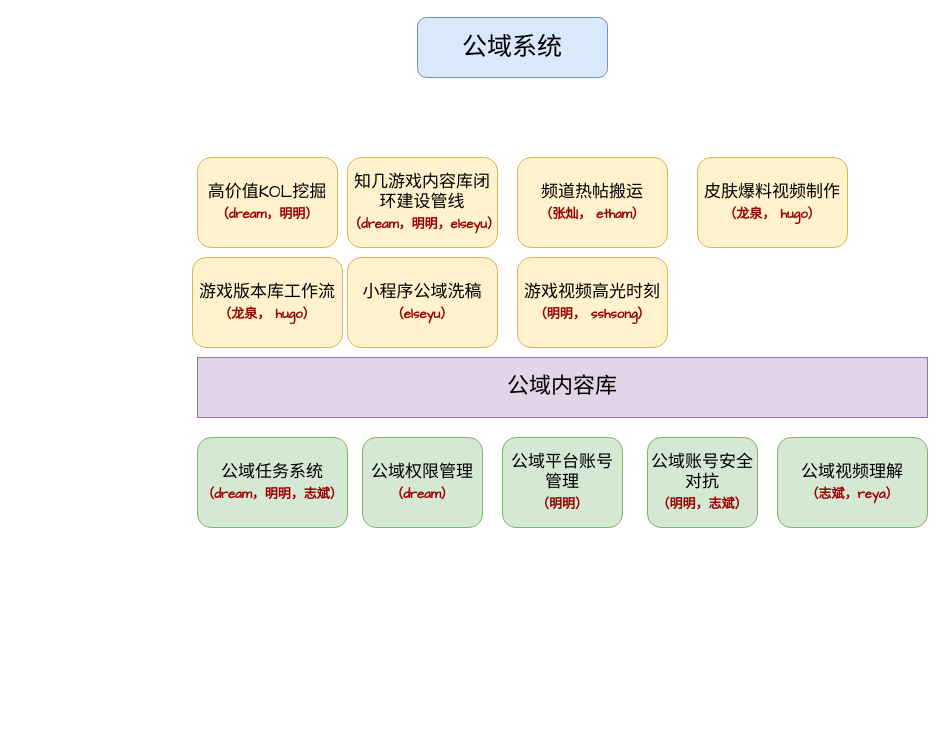
Before: 私域整体.drawio in skindhu/9GAG, a draw.io diagram. Source tidied: cells renumbered, new cells numbered last; positions are measured from the earlier drawing's top-left corner, leaving out a move shared by most shapes. Both pictures are drawn from the tidied source at 100%, with x=0, y=0 at pixel (192, 17).
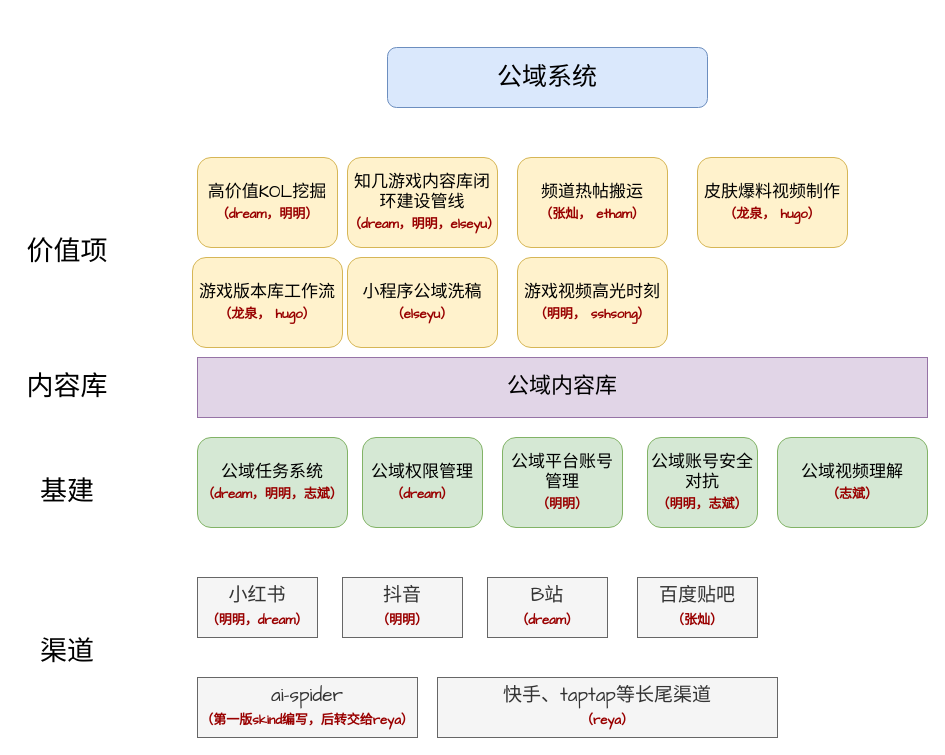
After the change.

The edit, as a diff of the source:
```diff
@@
     <mxCell id="2" value="公域系统" style="text;html=1;whiteSpace=wrap;strokeColor=#6c8ebf;fillColor=#dae8fc;align=center;verticalAlign=middle;rounded=1;fontFamily=Architects Daughter;fontSize=25;" parent="1" vertex="1">
-      <mxGeometry x="225" width="190" height="60" as="geometry" />
+      <mxGeometry x="195" y="30" width="320" height="60" as="geometry" />
     </mxCell>
@@
-    <mxCell id="15" value="公域视频理解&lt;div&gt;&lt;b&gt;&lt;font style=&quot;font-size: 13px; color: rgb(153, 0, 0);&quot;&gt;（志斌，reya）&lt;/font&gt;&lt;/b&gt;&lt;/div&gt;" style="rounded=1;whiteSpace=wrap;html=1;hachureGap=4;fontFamily=Architects Daughter;fontSize=17;fillColor=#d5e8d4;strokeColor=#82b366;" parent="1" vertex="1">
+    <mxCell id="15" value="公域视频理解&lt;div&gt;&lt;b&gt;&lt;font style=&quot;font-size: 13px; color: rgb(153, 0, 0);&quot;&gt;（志斌）&lt;/font&gt;&lt;/b&gt;&lt;/div&gt;" style="rounded=1;whiteSpace=wrap;html=1;hachureGap=4;fontFamily=Architects Daughter;fontSize=17;fillColor=#d5e8d4;strokeColor=#82b366;" parent="1" vertex="1">
       <mxGeometry x="585" y="420" width="150" height="90" as="geometry" />
     </mxCell>
+    <mxCell id="16" value="小红书&lt;br&gt;&lt;b style=&quot;font-size: 17px;&quot;&gt;&lt;font style=&quot;font-size: 13px; color: rgb(153, 0, 0);&quot;&gt;（明明，dream）&lt;/font&gt;&lt;/b&gt;" style="rounded=0;whiteSpace=wrap;html=1;hachureGap=4;fontFamily=Architects Daughter;fontSize=19;fillColor=#f5f5f5;fontColor=#333333;strokeColor=#666666;" parent="1" vertex="1">
+      <mxGeometry x="5" y="560" width="120" height="60" as="geometry" />
+    </mxCell>
+    <mxCell id="17" value="抖音&lt;div&gt;&lt;b style=&quot;font-size: 17px;&quot;&gt;&lt;font style=&quot;font-size: 13px; color: rgb(153, 0, 0);&quot;&gt;（明明）&lt;/font&gt;&lt;/b&gt;&lt;/div&gt;" style="rounded=0;whiteSpace=wrap;html=1;hachureGap=4;fontFamily=Architects Daughter;fontSize=19;fillColor=#f5f5f5;fontColor=#333333;strokeColor=#666666;" parent="1" vertex="1">
+      <mxGeometry x="150" y="560" width="120" height="60" as="geometry" />
+    </mxCell>
+    <mxCell id="18" value="B站&lt;br&gt;&lt;div&gt;&lt;b style=&quot;font-size: 17px;&quot;&gt;&lt;font style=&quot;font-size: 13px; color: rgb(153, 0, 0);&quot;&gt;（dream）&lt;/font&gt;&lt;/b&gt;&lt;/div&gt;" style="rounded=0;whiteSpace=wrap;html=1;hachureGap=4;fontFamily=Architects Daughter;fontSize=19;fillColor=#f5f5f5;fontColor=#333333;strokeColor=#666666;" parent="1" vertex="1">
+      <mxGeometry x="295" y="560" width="120" height="60" as="geometry" />
+    </mxCell>
+    <mxCell id="19" value="百度贴吧&lt;br&gt;&lt;div&gt;&lt;b style=&quot;font-size: 17px;&quot;&gt;&lt;font style=&quot;font-size: 13px; color: rgb(153, 0, 0);&quot;&gt;（张灿）&lt;/font&gt;&lt;/b&gt;&lt;/div&gt;" style="rounded=0;whiteSpace=wrap;html=1;hachureGap=4;fontFamily=Architects Daughter;fontSize=19;fillColor=#f5f5f5;fontColor=#333333;strokeColor=#666666;" parent="1" vertex="1">
+      <mxGeometry x="445" y="560" width="120" height="60" as="geometry" />
+    </mxCell>
+    <mxCell id="20" value="ai-spider&lt;br&gt;&lt;div&gt;&lt;b style=&quot;font-size: 17px;&quot;&gt;&lt;font style=&quot;font-size: 13px; color: rgb(153, 0, 0);&quot;&gt;（第一版skind编写，后转交给reya）&lt;/font&gt;&lt;/b&gt;&lt;/div&gt;" style="rounded=0;whiteSpace=wrap;html=1;hachureGap=4;fontFamily=Architects Daughter;fontSize=19;fillColor=#f5f5f5;fontColor=#333333;strokeColor=#666666;" parent="1" vertex="1">
+      <mxGeometry x="5" y="660" width="220" height="60" as="geometry" />
+    </mxCell>
+    <mxCell id="21" value="快手、taptap等长尾渠道&lt;br&gt;&lt;div&gt;&lt;b style=&quot;font-size: 17px;&quot;&gt;&lt;font style=&quot;font-size: 13px; color: rgb(153, 0, 0);&quot;&gt;（reya）&lt;/font&gt;&lt;/b&gt;&lt;/div&gt;" style="rounded=0;whiteSpace=wrap;html=1;hachureGap=4;fontFamily=Architects Daughter;fontSize=19;fillColor=#f5f5f5;fontColor=#333333;strokeColor=#666666;" parent="1" vertex="1">
+      <mxGeometry x="245" y="660" width="340" height="60" as="geometry" />
+    </mxCell>
+    <mxCell id="22" value="价值项" style="text;html=1;whiteSpace=wrap;strokeColor=none;fillColor=none;align=center;verticalAlign=middle;rounded=0;fontFamily=Architects Daughter;fontSize=27;" parent="1" vertex="1">
+      <mxGeometry x="-175" y="220" width="100" height="30" as="geometry" />
+    </mxCell>
+    <mxCell id="23" value="内容库" style="text;html=1;whiteSpace=wrap;strokeColor=none;fillColor=none;align=center;verticalAlign=middle;rounded=0;fontFamily=Architects Daughter;fontSize=27;" parent="1" vertex="1">
+      <mxGeometry x="-175" y="355" width="100" height="30" as="geometry" />
+    </mxCell>
+    <mxCell id="24" value="基建" style="text;html=1;whiteSpace=wrap;strokeColor=none;fillColor=none;align=center;verticalAlign=middle;rounded=0;fontFamily=Architects Daughter;fontSize=27;" parent="1" vertex="1">
+      <mxGeometry x="-175" y="460" width="100" height="30" as="geometry" />
+    </mxCell>
+    <mxCell id="25" value="渠道" style="text;html=1;whiteSpace=wrap;strokeColor=none;fillColor=none;align=center;verticalAlign=middle;rounded=0;fontFamily=Architects Daughter;fontSize=27;" parent="1" vertex="1">
+      <mxGeometry x="-175" y="620" width="100" height="30" as="geometry" />
+    </mxCell>
```
